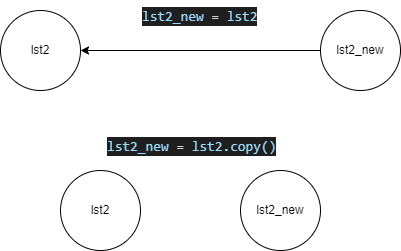
This is lec/module_1/list_copy.drawio.png from Unti1/Hexly_Lessons_MDK.01.04, a draw.io export, as it was before one commit. Source tidied: cells renumbered, new cells last; positions are measured from the earlier drawing's top-left corner, leaving out a move shared by most shapes.
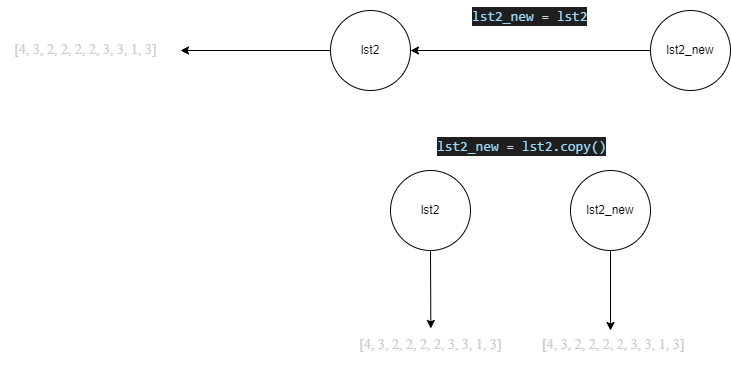
After the commit.

Diff of the diagram source:
```diff
@@ -2,6 +2,11 @@
   <root>
     <mxCell id="0" />
     <mxCell id="1" parent="0" />
+    <mxCell id="9" style="edgeStyle=none;html=1;" parent="1" edge="1" source="2">
+      <mxGeometry relative="1" as="geometry">
+        <mxPoint x="-150" y="50" as="targetPoint" />
+      </mxGeometry>
+    </mxCell>
     <mxCell id="2" value="lst2" style="ellipse;whiteSpace=wrap;html=1;" parent="1" vertex="1">
       <mxGeometry y="10" width="80" height="80" as="geometry" />
     </mxCell>
@@ -14,14 +19,31 @@
     <mxCell id="5" value="&lt;div style=&quot;color: rgb(204, 204, 204); background-color: rgb(31, 31, 31); font-family: &amp;quot;JetBrains Mono&amp;quot;, Consolas, &amp;quot;Courier New&amp;quot;, monospace; font-weight: normal; font-size: 14px; line-height: 19px;&quot;&gt;&lt;div&gt;&lt;span style=&quot;color: #9cdcfe;&quot;&gt;lst2_new&lt;/span&gt;&lt;span style=&quot;color: #cccccc;&quot;&gt; &lt;/span&gt;&lt;span style=&quot;color: #d4d4d4;&quot;&gt;=&lt;/span&gt;&lt;span style=&quot;color: #cccccc;&quot;&gt; &lt;/span&gt;&lt;span style=&quot;color: #9cdcfe;&quot;&gt;lst2&lt;/span&gt;&lt;/div&gt;&lt;/div&gt;" style="text;whiteSpace=wrap;html=1;" parent="1" vertex="1">
       <mxGeometry x="140" width="120" height="40" as="geometry" />
     </mxCell>
+    <mxCell id="10" style="edgeStyle=none;html=1;entryX=0.502;entryY=-0.069;entryDx=0;entryDy=0;entryPerimeter=0;" parent="1" edge="1" source="6" target="13">
+      <mxGeometry relative="1" as="geometry" />
+    </mxCell>
     <mxCell id="6" value="lst2" style="ellipse;whiteSpace=wrap;html=1;" parent="1" vertex="1">
       <mxGeometry x="60" y="170" width="80" height="80" as="geometry" />
     </mxCell>
+    <mxCell id="11" style="edgeStyle=none;html=1;" parent="1" edge="1" source="7">
+      <mxGeometry relative="1" as="geometry">
+        <mxPoint x="280" y="330" as="targetPoint" />
+      </mxGeometry>
+    </mxCell>
     <mxCell id="7" value="lst2_new&lt;br&gt;" style="ellipse;whiteSpace=wrap;html=1;" parent="1" vertex="1">
       <mxGeometry x="240" y="170" width="80" height="80" as="geometry" />
     </mxCell>
     <mxCell id="8" value="&lt;div style=&quot;color: rgb(204, 204, 204); background-color: rgb(31, 31, 31); font-family: &amp;quot;JetBrains Mono&amp;quot;, Consolas, &amp;quot;Courier New&amp;quot;, monospace; font-weight: normal; font-size: 14px; line-height: 19px;&quot;&gt;&lt;div&gt;&lt;span style=&quot;color: #9cdcfe;&quot;&gt;lst2_new&lt;/span&gt;&lt;span style=&quot;color: #cccccc;&quot;&gt; &lt;/span&gt;&lt;span style=&quot;color: #d4d4d4;&quot;&gt;=&lt;/span&gt;&lt;span style=&quot;color: #cccccc;&quot;&gt; &lt;/span&gt;&lt;span style=&quot;color: #9cdcfe;&quot;&gt;lst2.copy()&lt;/span&gt;&lt;/div&gt;&lt;/div&gt;" style="text;whiteSpace=wrap;html=1;" parent="1" vertex="1">
       <mxGeometry x="105" y="130" width="190" height="40" as="geometry" />
     </mxCell>
+    <mxCell id="12" value="&lt;span style=&quot;text-align: start; font-size: 14px; font-family: &amp;quot;JetBrains Mono&amp;quot;; color: rgb(204, 204, 204);&quot;&gt;[4, 3, 2, 2, 2, 2, 3, 3, 1, 3]&lt;/span&gt;" style="text;html=1;align=center;verticalAlign=middle;strokeColor=none;fillColor=none;" parent="1" vertex="1">
+      <mxGeometry x="-330" y="35" width="170" height="30" as="geometry" />
+    </mxCell>
+    <mxCell id="13" value="&lt;span style=&quot;color: rgb(204, 204, 204); font-family: &amp;quot;JetBrains Mono&amp;quot;; font-size: 14px; text-align: start;&quot;&gt;[4, 3, 2, 2, 2, 2, 3, 3, 1, 3]&lt;/span&gt;" style="text;html=1;align=center;verticalAlign=middle;points=[];strokeColor=none;fillColor=none;" parent="1" vertex="1">
+      <mxGeometry x="15" y="330" width="170" height="30" as="geometry" />
+    </mxCell>
+    <mxCell id="14" value="&lt;span style=&quot;color: rgb(204, 204, 204); font-family: &amp;quot;JetBrains Mono&amp;quot;; font-size: 14px; font-style: normal; font-variant-ligatures: normal; font-variant-caps: normal; font-weight: 400; letter-spacing: normal; orphans: 2; text-align: start; text-indent: 0px; text-transform: none; widows: 2; word-spacing: 0px; -webkit-text-stroke-width: 0px; text-decoration-thickness: initial; text-decoration-style: initial; text-decoration-color: initial; float: none; display: inline !important;&quot;&gt;[4, 3, 2, 2, 2, 2, 3, 3, 1, 3]&lt;/span&gt;" style="text;whiteSpace=wrap;html=1;" parent="1" vertex="1">
+      <mxGeometry x="210" y="330" width="180" height="40" as="geometry" />
+    </mxCell>
   </root>
 </mxGraphModel>
```
